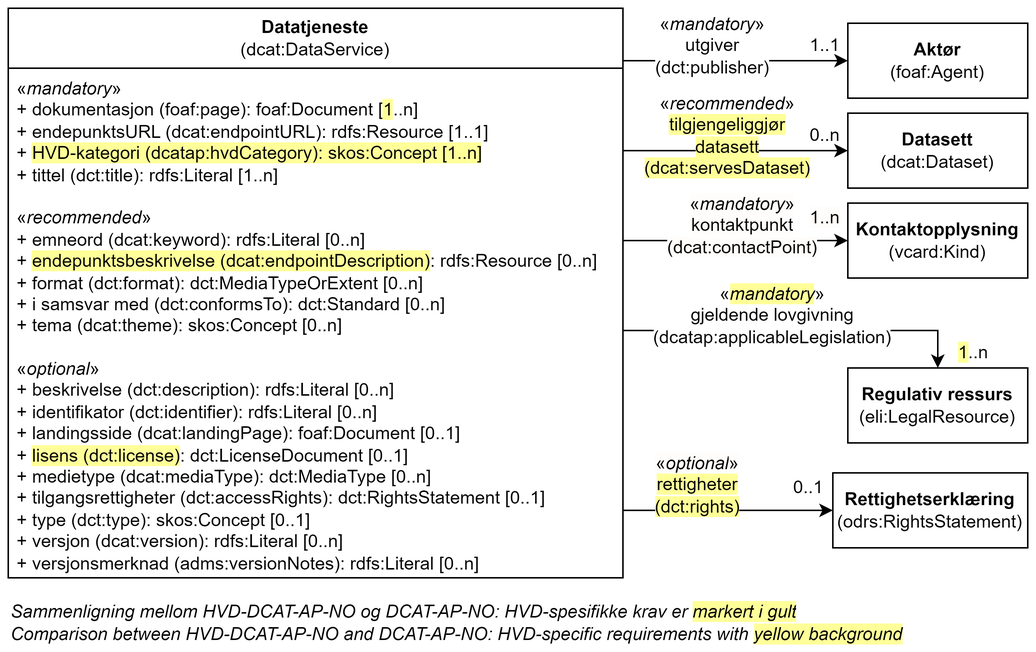
This is docs/images/Klassen-Datatjeneste.png from Informasjonsforvaltning/hvd-dcat-ap-no, a draw.io export, as it was before one commit. Source tidied: cells renumbered, new cells last; positions are measured from the earlier drawing's top-left corner, leaving out a move shared by most shapes.
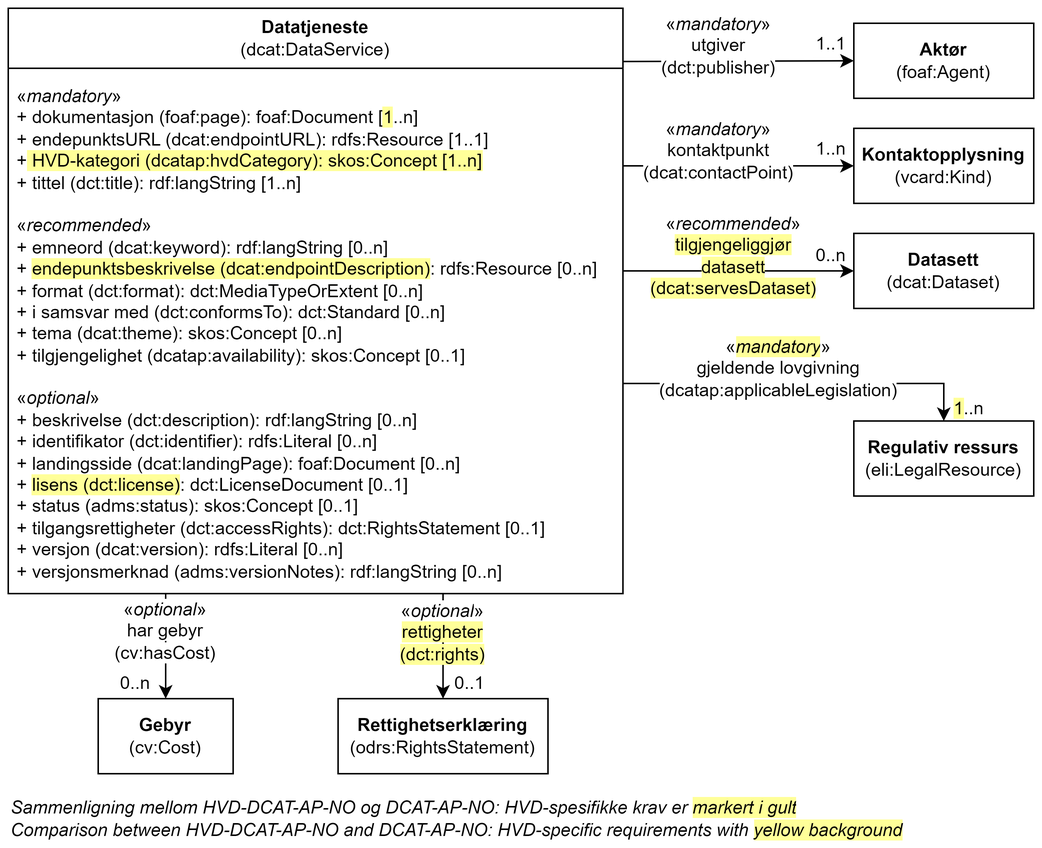
Later version of the same file.

Change to the diagram source:
```diff
@@ -4,27 +4,25 @@
     <mxCell id="1" parent="0" />
+    <mxCell id="6" style="endArrow=classic;html=1;rounded=0;entryX=0;entryY=0.5;entryDx=0;entryDy=0;exitX=0.997;exitY=0.091;exitDx=0;exitDy=0;exitPerimeter=0;" parent="1" edge="1" source="2" target="4">
+      <mxGeometry relative="1" as="geometry" />
+    </mxCell>
     <mxCell id="2" value="Datatjeneste&lt;br&gt;&lt;span style=&quot;font-weight: normal;&quot;&gt;(dcat:DataService)&lt;/span&gt;" style="swimlane;whiteSpace=wrap;html=1;startSize=40;" parent="1" vertex="1">
-      <mxGeometry width="410" height="380" as="geometry" />
+      <mxGeometry x="50" y="10" width="410" height="390" as="geometry" />
     </mxCell>
-    <mxCell id="3" value="«&lt;i style=&quot;&quot;&gt;mandatory&lt;/i&gt;»&lt;br&gt;&lt;div&gt;+&amp;nbsp;&lt;span style=&quot;border-color: var(--border-color);&quot;&gt;dokumentasjon (foaf:page): foaf:Document [&lt;span style=&quot;background-color: rgb(255, 255, 153);&quot;&gt;1&lt;/span&gt;..n]&lt;/span&gt;&lt;br&gt;&lt;/div&gt;&lt;div&gt;+ endepunktsURL (dcat:endpointURL): rdfs:Resource [1..1]&lt;/div&gt;&lt;div&gt;+&amp;nbsp;&lt;span style=&quot;background-color: rgb(255, 255, 153);&quot;&gt;HVD-kategori (dcatap:hvdCategory): skos:Concept [1..n]&lt;/span&gt;&lt;br&gt;&lt;/div&gt;&lt;div&gt;&lt;span style=&quot;background-color: initial;&quot;&gt;+ tittel (dct:title): rdfs:Literal [1..n]&lt;/span&gt;&lt;br&gt;&lt;/div&gt;&lt;div&gt;&lt;br&gt;&lt;/div&gt;&lt;div&gt;&lt;div style=&quot;border-color: var(--border-color);&quot;&gt;«&lt;i style=&quot;border-color: var(--border-color);&quot;&gt;recommended&lt;/i&gt;»&lt;/div&gt;&lt;div style=&quot;border-color: var(--border-color);&quot;&gt;&lt;span style=&quot;background-color: initial;&quot;&gt;+ emneord (dcat:keyword): rdfs:Literal [0..n]&lt;/span&gt;&lt;br&gt;&lt;/div&gt;&lt;div style=&quot;border-color: var(--border-color);&quot;&gt;+ &lt;span style=&quot;background-color: rgb(255, 255, 153);&quot;&gt;endepunktsbeskrivelse (dcat:endpointDescription)&lt;/span&gt;: rdfs:Resource [0..n]&lt;/div&gt;&lt;div style=&quot;border-color: var(--border-color);&quot;&gt;+ format (dct:format): dct:MediaTypeOrExtent [0..n]&lt;/div&gt;&lt;div style=&quot;border-color: var(--border-color);&quot;&gt;&lt;span style=&quot;background-color: initial;&quot;&gt;+ i samsvar med (dct:conformsTo): dct:Standard [0..n]&lt;/span&gt;&lt;br&gt;&lt;/div&gt;&lt;/div&gt;&lt;div style=&quot;border-color: var(--border-color);&quot;&gt;+ tema (dcat:theme): skos:Concept [0..n]&lt;br&gt;&lt;/div&gt;&lt;div style=&quot;border-color: var(--border-color);&quot;&gt;&lt;br&gt;&lt;/div&gt;&lt;div style=&quot;border-color: var(--border-color);&quot;&gt;&lt;div style=&quot;border-color: var(--border-color);&quot;&gt;«&lt;i style=&quot;border-color: var(--border-color);&quot;&gt;optional&lt;/i&gt;»&lt;/div&gt;&lt;div style=&quot;border-color: var(--border-color);&quot;&gt;+ beskrivelse (dct:description): rdfs:Literal [0..n]&lt;/div&gt;&lt;div&gt;+ identifikator (dct:identifier): rdfs:Literal [0..n]&lt;/div&gt;&lt;div style=&quot;border-color: var(--border-color);&quot;&gt;&lt;span style=&quot;background-color: initial;&quot;&gt;+ landingsside (dcat:landingPage): foaf:Document [0..1]&lt;/span&gt;&lt;br&gt;&lt;/div&gt;&lt;div style=&quot;border-color: var(--border-color);&quot;&gt;+ &lt;span style=&quot;background-color: rgb(255, 255, 153);&quot;&gt;lisens (dct:license)&lt;/span&gt;: dct:LicenseDocument [0..1]&lt;/div&gt;&lt;div style=&quot;border-color: var(--border-color);&quot;&gt;&lt;span style=&quot;border-color: var(--border-color);&quot;&gt;+&lt;span style=&quot;border-color: var(--border-color);&quot;&gt;&amp;nbsp;medietype (dcat:mediaType): dct:MediaType [0..n]&lt;/span&gt;&lt;/span&gt;&lt;/div&gt;&lt;div style=&quot;border-color: var(--border-color);&quot;&gt;+ tilgangsrettigheter (dct:accessRights): dct:RightsStatement [0..1]&lt;/div&gt;&lt;div style=&quot;border-color: var(--border-color);&quot;&gt;&lt;span style=&quot;border-color: var(--border-color);&quot;&gt;+&amp;nbsp;&lt;span style=&quot;border-color: var(--border-color);&quot;&gt;type (dct:type): skos:Concept [0..1]&lt;/span&gt;&lt;/span&gt;&lt;/div&gt;&lt;div style=&quot;border-color: var(--border-color);&quot;&gt;+ versjon (dcat:version): rdfs:Literal [0..n]&lt;br style=&quot;border-color: var(--border-color);&quot;&gt;+ versjonsmerknad (adms:versionNotes): rdfs:Literal [0..n]&lt;br&gt;&lt;/div&gt;&lt;/div&gt;" style="text;strokeColor=none;fillColor=none;align=left;verticalAlign=top;spacingLeft=4;spacingRight=4;overflow=hidden;whiteSpace=wrap;html=1;fontStyle=0;" parent="2" vertex="1">
-      <mxGeometry y="40" width="400" height="340" as="geometry" />
+    <mxCell id="3" value="«&lt;i style=&quot;&quot;&gt;mandatory&lt;/i&gt;»&lt;br&gt;&lt;div style=&quot;border-color: var(--border-color);&quot;&gt;+&amp;nbsp;&lt;span style=&quot;border-color: var(--border-color);&quot;&gt;dokumentasjon (foaf:page): foaf:Document [&lt;span style=&quot;background-color: rgb(255, 255, 153);&quot;&gt;1&lt;/span&gt;..n]&lt;/span&gt;&lt;br&gt;&lt;/div&gt;&lt;div&gt;+ endepunktsURL (dcat:endpointURL): rdfs:Resource [1..1]&lt;/div&gt;&lt;div&gt;+&lt;span style=&quot;background-color: rgb(255, 255, 153);&quot;&gt;&amp;nbsp;HVD-kategori (dcatap:hvdCategory): skos:Concept [1..n]&lt;/span&gt;&lt;br&gt;&lt;/div&gt;&lt;div&gt;+ tittel (dct:title): rdf:langString [1..n]&lt;br&gt;&lt;/div&gt;&lt;div&gt;&lt;br&gt;&lt;/div&gt;&lt;div&gt;&lt;div style=&quot;border-color: var(--border-color);&quot;&gt;«&lt;i style=&quot;border-color: var(--border-color);&quot;&gt;recommended&lt;/i&gt;»&lt;/div&gt;&lt;div style=&quot;border-color: var(--border-color);&quot;&gt;+ emneord (dcat:keyword):&amp;nbsp;rdf:langString&amp;nbsp;[0..n]&lt;br&gt;&lt;/div&gt;&lt;div style=&quot;border-color: var(--border-color);&quot;&gt;+ &lt;span style=&quot;background-color: rgb(255, 255, 153);&quot;&gt;endepunktsbeskrivelse (dcat:endpointDescription)&lt;/span&gt;: rdfs:Resource [0..n]&lt;/div&gt;&lt;div style=&quot;border-color: var(--border-color);&quot;&gt;+ format (dct:format): dct:MediaTypeOrExtent [0..n]&lt;/div&gt;&lt;div style=&quot;border-color: var(--border-color);&quot;&gt;+ i samsvar med (dct:conformsTo): dct:Standard [0..n]&lt;br&gt;&lt;/div&gt;&lt;/div&gt;&lt;div style=&quot;border-color: var(--border-color);&quot;&gt;+ tema (dcat:theme): skos:Concept [0..n]&lt;br&gt;&lt;/div&gt;&lt;div style=&quot;border-color: var(--border-color);&quot;&gt;+ tilgjengelighet (dcatap:availability): skos:Concept [0..1]&lt;br&gt;&lt;/div&gt;&lt;div style=&quot;border-color: var(--border-color);&quot;&gt;&lt;br&gt;&lt;/div&gt;&lt;div style=&quot;border-color: var(--border-color);&quot;&gt;&lt;div style=&quot;border-color: var(--border-color);&quot;&gt;«&lt;i style=&quot;border-color: var(--border-color);&quot;&gt;optional&lt;/i&gt;»&lt;/div&gt;&lt;div style=&quot;border-color: var(--border-color);&quot;&gt;+ beskrivelse (dct:description):&amp;nbsp;rdf:langString&amp;nbsp;[0..n]&lt;/div&gt;&lt;div style=&quot;border-color: var(--border-color);&quot;&gt;&lt;span style=&quot;background-color: initial;&quot;&gt;+ identifikator (dct:identifier): rdfs:Literal [0..n]&lt;/span&gt;&lt;br&gt;&lt;/div&gt;&lt;div style=&quot;border-color: var(--border-color);&quot;&gt;+ landingsside (dcat:landingPage): foaf:Document [0..n]&lt;br&gt;&lt;/div&gt;&lt;div style=&quot;border-color: var(--border-color);&quot;&gt;+ &lt;span style=&quot;background-color: rgb(255, 255, 153);&quot;&gt;lisens (dct:license)&lt;/span&gt;: dct:LicenseDocument [0..1]&lt;/div&gt;&lt;div style=&quot;border-color: var(--border-color);&quot;&gt;+ status (adms:status): skos:Concept [0..1]&lt;/div&gt;&lt;div style=&quot;border-color: var(--border-color);&quot;&gt;+ tilgangsrettigheter (dct:accessRights): dct:RightsStatement [0..1]&lt;/div&gt;&lt;div style=&quot;border-color: var(--border-color);&quot;&gt;+ versjon (dcat:version): rdfs:Literal [0..n]&lt;br style=&quot;border-color: var(--border-color);&quot;&gt;+ versjonsmerknad (adms:versionNotes):&amp;nbsp;rdf:langString&amp;nbsp;[0..n]&lt;br&gt;&lt;/div&gt;&lt;/div&gt;" style="text;strokeColor=none;fillColor=none;align=left;verticalAlign=top;spacingLeft=4;spacingRight=4;overflow=hidden;whiteSpace=wrap;html=1;fontStyle=0;" parent="2" vertex="1">
+      <mxGeometry y="45" width="410" height="345" as="geometry" />
     </mxCell>
     <mxCell id="4" value="&lt;b&gt;Aktør&lt;br&gt;&lt;/b&gt;(foaf:Agent)" style="rounded=0;whiteSpace=wrap;html=1;" parent="1" vertex="1">
-      <mxGeometry x="560" y="10" width="120" height="50" as="geometry" />
+      <mxGeometry x="614" y="20" width="120" height="50" as="geometry" />
     </mxCell>
     <mxCell id="5" value="&lt;b&gt;Datasett&lt;/b&gt;&lt;br&gt;(dcat:Dataset)" style="rounded=0;whiteSpace=wrap;html=1;" parent="1" vertex="1">
-      <mxGeometry x="560" y="70" width="120" height="50" as="geometry" />
+      <mxGeometry x="614" y="160" width="120" height="50" as="geometry" />
     </mxCell>
-    <mxCell id="6" style="endArrow=classic;html=1;rounded=0;entryX=0;entryY=0.5;entryDx=0;entryDy=0;" parent="1" edge="1" target="4">
-      <mxGeometry relative="1" as="geometry">
-        <mxPoint x="410" y="35" as="sourcePoint" />
-      </mxGeometry>
-    </mxCell>
-    <mxCell id="7" value="&lt;div&gt;&lt;span style=&quot;background-color: rgb(255, 255, 255);&quot;&gt;«&lt;i&gt;mandatory&lt;/i&gt;»&lt;/span&gt;&lt;/div&gt;&lt;div&gt;&lt;span style=&quot;background-color: rgb(255, 255, 255);&quot;&gt;utgiver (dct:publisher)&lt;/span&gt;&lt;/div&gt;" style="text;html=1;strokeColor=none;fillColor=none;align=center;verticalAlign=middle;whiteSpace=wrap;rounded=0;" parent="1" vertex="1">
-      <mxGeometry x="440" y="10" width="60" height="30" as="geometry" />
+    <mxCell id="7" value="&lt;div&gt;&lt;span style=&quot;background-color: rgb(255, 255, 255);&quot;&gt;«&lt;i style=&quot;&quot;&gt;mandatory&lt;/i&gt;»&lt;/span&gt;&lt;/div&gt;&lt;div&gt;&lt;span style=&quot;background-color: rgb(255, 255, 255);&quot;&gt;utgiver (dct:publisher)&lt;/span&gt;&lt;/div&gt;" style="text;html=1;strokeColor=none;fillColor=none;align=center;verticalAlign=middle;whiteSpace=wrap;rounded=0;" parent="1" vertex="1">
+      <mxGeometry x="494" y="20" width="60" height="30" as="geometry" />
     </mxCell>
-    <mxCell id="8" value="&lt;span style=&quot;background-color: rgb(255, 255, 255);&quot;&gt;1&lt;/span&gt;..1" style="text;html=1;strokeColor=none;fillColor=none;align=center;verticalAlign=middle;whiteSpace=wrap;rounded=0;" parent="1" vertex="1">
-      <mxGeometry x="530" y="15" width="30" height="20" as="geometry" />
+    <mxCell id="8" value="&lt;span style=&quot;background-color: rgb(255, 255, 255);&quot;&gt;1..1&lt;/span&gt;" style="text;html=1;strokeColor=none;fillColor=none;align=center;verticalAlign=middle;whiteSpace=wrap;rounded=0;" parent="1" vertex="1">
+      <mxGeometry x="584" y="24" width="30" height="20" as="geometry" />
     </mxCell>
     <mxCell id="9" value="0..n" style="text;html=1;strokeColor=none;fillColor=none;align=center;verticalAlign=middle;whiteSpace=wrap;rounded=0;" parent="1" vertex="1">
-      <mxGeometry x="530" y="75" width="30" height="20" as="geometry" />
+      <mxGeometry x="584" y="165" width="30" height="20" as="geometry" />
     </mxCell>
@@ -32,3 +30,3 @@
       <mxGeometry relative="1" as="geometry">
-        <mxPoint x="410" y="95" as="sourcePoint" />
+        <mxPoint x="460" y="185" as="sourcePoint" />
       </mxGeometry>
@@ -36,6 +34,6 @@
     <mxCell id="11" value="&lt;div&gt;&lt;span style=&quot;background-color: rgb(255, 255, 255);&quot;&gt;«&lt;i&gt;recommended&lt;/i&gt;»&lt;/span&gt;&lt;/div&gt;&lt;div&gt;&lt;span style=&quot;background-color: rgb(255, 255, 153);&quot;&gt;tilgjengeliggjør datasett (dcat:servesDataset)&lt;/span&gt;&lt;/div&gt;" style="text;html=1;strokeColor=none;fillColor=none;align=center;verticalAlign=middle;whiteSpace=wrap;rounded=0;" parent="1" vertex="1">
-      <mxGeometry x="450" y="70" width="60" height="30" as="geometry" />
+      <mxGeometry x="504" y="160" width="60" height="30" as="geometry" />
     </mxCell>
     <mxCell id="12" value="&lt;b&gt;Kontaktopplysning&lt;/b&gt;&lt;br&gt;(vcard:Kind)" style="html=1;whiteSpace=wrap;" parent="1" vertex="1">
-      <mxGeometry x="560" y="130" width="120" height="50" as="geometry" />
+      <mxGeometry x="614" y="90" width="120" height="50" as="geometry" />
     </mxCell>
@@ -43,16 +41,16 @@
       <mxGeometry relative="1" as="geometry">
-        <mxPoint x="410" y="155" as="sourcePoint" />
+        <mxPoint x="460" y="115" as="sourcePoint" />
       </mxGeometry>
     </mxCell>
-    <mxCell id="14" value="&lt;span style=&quot;background-color: rgb(254, 253, 251);&quot;&gt;«&lt;i style=&quot;border-color: var(--border-color); text-align: left;&quot;&gt;mandatory&lt;/i&gt;&lt;span style=&quot;text-align: left;&quot;&gt;»&lt;br&gt;&lt;/span&gt;kontaktpunkt&lt;br&gt;(dcat:contactPoint)&lt;/span&gt;" style="text;html=1;strokeColor=none;fillColor=none;align=center;verticalAlign=middle;whiteSpace=wrap;rounded=0;" parent="1" vertex="1">
-      <mxGeometry x="460" y="130" width="60" height="30" as="geometry" />
+    <mxCell id="14" value="&lt;span style=&quot;background-color: rgb(255, 255, 255);&quot;&gt;«&lt;i style=&quot;border-color: var(--border-color); text-align: left;&quot;&gt;mandatory&lt;/i&gt;&lt;span style=&quot;text-align: left;&quot;&gt;»&lt;br&gt;&lt;/span&gt;kontaktpunkt&lt;br&gt;(dcat:contactPoint)&lt;/span&gt;" style="text;html=1;strokeColor=none;fillColor=none;align=center;verticalAlign=middle;whiteSpace=wrap;rounded=0;" parent="1" vertex="1">
+      <mxGeometry x="494" y="90" width="60" height="30" as="geometry" />
     </mxCell>
-    <mxCell id="15" value="&lt;span style=&quot;background-color: rgb(254, 253, 251);&quot;&gt;1..n&lt;/span&gt;" style="text;html=1;strokeColor=none;fillColor=none;align=center;verticalAlign=middle;whiteSpace=wrap;rounded=0;" parent="1" vertex="1">
-      <mxGeometry x="530" y="130" width="30" height="20" as="geometry" />
+    <mxCell id="15" value="&lt;span style=&quot;background-color: rgb(255, 255, 255);&quot;&gt;1..n&lt;/span&gt;" style="text;html=1;strokeColor=none;fillColor=none;align=center;verticalAlign=middle;whiteSpace=wrap;rounded=0;" parent="1" vertex="1">
+      <mxGeometry x="584" y="94" width="30" height="20" as="geometry" />
     </mxCell>
     <mxCell id="16" value="&lt;b&gt;Regulativ ressurs&lt;/b&gt;&lt;br&gt;(eli:LegalResource)" style="html=1;whiteSpace=wrap;" parent="1" vertex="1">
-      <mxGeometry x="560" y="240" width="120" height="50" as="geometry" />
+      <mxGeometry x="614" y="285" width="120" height="50" as="geometry" />
     </mxCell>
     <mxCell id="17" value="&lt;span style=&quot;background-color: rgb(255, 255, 153);&quot;&gt;1&lt;/span&gt;..n" style="text;html=1;strokeColor=none;fillColor=none;align=center;verticalAlign=middle;whiteSpace=wrap;rounded=0;" parent="1" vertex="1">
-      <mxGeometry x="630" y="220" width="28" height="20" as="geometry" />
+      <mxGeometry x="677" y="267" width="28" height="20" as="geometry" />
     </mxCell>
@@ -60,5 +58,5 @@
       <mxGeometry relative="1" as="geometry">
-        <mxPoint x="410" y="215" as="sourcePoint" />
+        <mxPoint x="460" y="260" as="sourcePoint" />
         <Array as="points">
-          <mxPoint x="620" y="215" />
+          <mxPoint x="674" y="260" />
         </Array>
@@ -66,21 +64,35 @@
     </mxCell>
-    <mxCell id="19" value="«&lt;i style=&quot;background-color: rgb(255, 255, 153);&quot;&gt;mandatory&lt;/i&gt;»&lt;br&gt;&lt;span style=&quot;background-color: rgb(255, 255, 255);&quot;&gt;gjeldende lovgivning&lt;br&gt;(dcatap:applicableLegislation)&lt;/span&gt;" style="text;html=1;align=center;verticalAlign=middle;whiteSpace=wrap;rounded=0;" parent="1" vertex="1">
-      <mxGeometry x="480" y="190" width="60" height="30" as="geometry" />
+    <mxCell id="19" value="&lt;span style=&quot;background-color: rgb(255, 255, 255);&quot;&gt;«&lt;/span&gt;&lt;i style=&quot;background-color: rgb(255, 255, 153);&quot;&gt;mandatory&lt;/i&gt;&lt;span style=&quot;background-color: rgb(255, 255, 255);&quot;&gt;»&lt;/span&gt;&lt;br&gt;&lt;span style=&quot;background-color: rgb(255, 255, 255);&quot;&gt;gjeldende lovgivning&lt;/span&gt;&lt;br&gt;&lt;span style=&quot;background-color: rgb(255, 255, 255);&quot;&gt;(dcatap:applicableLegislation)&lt;/span&gt;" style="text;html=1;align=center;verticalAlign=middle;whiteSpace=wrap;rounded=0;" parent="1" vertex="1">
+      <mxGeometry x="534" y="235" width="60" height="30" as="geometry" />
     </mxCell>
-    <mxCell id="20" value="&lt;b&gt;Rettighetserklæring&lt;/b&gt;&lt;br&gt;(odrs:RightsStatement)" style="html=1;whiteSpace=wrap;" parent="1" vertex="1">
-      <mxGeometry x="550" y="310" width="130" height="50" as="geometry" />
+    <mxCell id="20" value="&lt;b style=&quot;&quot;&gt;Rettighetserklæring&lt;/b&gt;&lt;br&gt;(odrs:RightsStatement)" style="html=1;whiteSpace=wrap;" parent="1" vertex="1">
+      <mxGeometry x="270" y="470" width="140" height="50" as="geometry" />
     </mxCell>
-    <mxCell id="21" style="endArrow=classic;html=1;rounded=0;entryX=0;entryY=0.5;entryDx=0;entryDy=0;" parent="1" edge="1" target="20">
-      <mxGeometry relative="1" as="geometry">
-        <mxPoint x="410" y="335" as="sourcePoint" />
-      </mxGeometry>
-    </mxCell>
+    <mxCell id="25" style="endArrow=classic;html=1;rounded=0;" parent="1" edge="1" target="20">
+      <mxGeometry relative="1" as="geometry">
+        <mxPoint x="340" y="400" as="sourcePoint" />
+      </mxGeometry>
+    </mxCell>
-    <mxCell id="22" value="&lt;span style=&quot;background-color: rgb(254, 253, 251);&quot;&gt;«&lt;/span&gt;&lt;i style=&quot;background-color: rgb(254, 253, 251);&quot;&gt;optional&lt;/i&gt;&lt;span style=&quot;background-color: rgb(254, 253, 251);&quot;&gt;»&lt;/span&gt;&lt;br&gt;&lt;span style=&quot;color: rgb(0, 0, 0); font-family: Helvetica; font-size: 12px; font-style: normal; font-variant-ligatures: normal; font-variant-caps: normal; font-weight: 400; letter-spacing: normal; orphans: 2; text-align: left; text-indent: 0px; text-transform: none; widows: 2; word-spacing: 0px; -webkit-text-stroke-width: 0px; white-space: normal; text-decoration-thickness: initial; text-decoration-style: initial; text-decoration-color: initial; float: none; display: inline !important; background-color: rgb(255, 255, 153);&quot;&gt;rettigheter (dct:rights)&lt;/span&gt;&lt;div&gt;&lt;br&gt;&lt;/div&gt;" style="text;html=1;align=center;verticalAlign=middle;whiteSpace=wrap;rounded=0;" parent="1" vertex="1">
-      <mxGeometry x="430" y="310" width="60" height="30" as="geometry" />
+    <mxCell id="22" value="&lt;span style=&quot;background-color: rgb(255, 255, 255);&quot;&gt;«&lt;/span&gt;&lt;i style=&quot;background-color: rgb(255, 255, 255);&quot;&gt;optional&lt;/i&gt;&lt;span style=&quot;background-color: rgb(255, 255, 255);&quot;&gt;»&lt;/span&gt;&lt;br&gt;&lt;span style=&quot;color: rgb(0, 0, 0); font-family: Helvetica; font-size: 12px; font-style: normal; font-variant-ligatures: normal; font-variant-caps: normal; font-weight: 400; letter-spacing: normal; orphans: 2; text-align: left; text-indent: 0px; text-transform: none; widows: 2; word-spacing: 0px; -webkit-text-stroke-width: 0px; white-space: normal; text-decoration-thickness: initial; text-decoration-style: initial; text-decoration-color: initial; float: none; display: inline !important; background-color: rgb(255, 255, 153);&quot;&gt;rettigheter (dct:rights)&lt;/span&gt;&lt;div&gt;&lt;br&gt;&lt;/div&gt;" style="text;html=1;align=center;verticalAlign=middle;whiteSpace=wrap;rounded=0;" parent="1" vertex="1">
+      <mxGeometry x="310" y="418" width="60" height="30" as="geometry" />
     </mxCell>
-    <mxCell id="23" value="0..1" style="text;html=1;strokeColor=none;fillColor=none;align=center;verticalAlign=middle;whiteSpace=wrap;rounded=0;" parent="1" vertex="1">
-      <mxGeometry x="520" y="310" width="28" height="20" as="geometry" />
+    <mxCell id="23" value="&lt;span style=&quot;background-color: rgb(255, 255, 255);&quot;&gt;0..1&lt;/span&gt;" style="text;html=1;strokeColor=none;fillColor=none;align=center;verticalAlign=middle;whiteSpace=wrap;rounded=0;" parent="1" vertex="1">
+      <mxGeometry x="342" y="450" width="32" height="20" as="geometry" />
     </mxCell>
+    <mxCell id="26" value="&lt;b style=&quot;&quot;&gt;Gebyr&lt;/b&gt;&lt;br&gt;(cv:Cost)" style="html=1;whiteSpace=wrap;labelBackgroundColor=none;fillColor=#FFFFFF;" parent="1" vertex="1">
+      <mxGeometry x="110" y="470" width="90" height="50" as="geometry" />
+    </mxCell>
+    <mxCell id="27" style="endArrow=classic;html=1;rounded=0;entryX=0.5;entryY=0;entryDx=0;entryDy=0;" parent="1" edge="1" target="26">
+      <mxGeometry relative="1" as="geometry">
+        <mxPoint x="155" y="400" as="sourcePoint" />
+      </mxGeometry>
+    </mxCell>
+    <mxCell id="28" value="&lt;span style=&quot;background-color: rgb(255, 255, 255);&quot;&gt;«&lt;i style=&quot;border-color: var(--border-color);&quot;&gt;optional&lt;/i&gt;»&lt;br&gt;har gebyr&lt;br&gt;(cv:hasCost)&lt;/span&gt;" style="text;html=1;strokeColor=none;fillColor=none;align=center;verticalAlign=middle;whiteSpace=wrap;rounded=0;" parent="1" vertex="1">
+      <mxGeometry x="125" y="410" width="60" height="30" as="geometry" />
+    </mxCell>
+    <mxCell id="29" value="0..n" style="text;html=1;strokeColor=none;fillColor=none;align=center;verticalAlign=middle;whiteSpace=wrap;rounded=0;" parent="1" vertex="1">
+      <mxGeometry x="120" y="450" width="30" height="20" as="geometry" />
+    </mxCell>
     <mxCell id="24" value="Sammenligning mellom HVD-DCAT-AP-NO og DCAT-AP-NO: HVD-spesifikke krav er&amp;nbsp;&lt;span style=&quot;background-color: rgb(255, 255, 153);&quot;&gt;markert i gult&lt;/span&gt;&lt;span style=&quot;background-color: rgb(255 , 255 , 255)&quot;&gt;&amp;nbsp;&lt;/span&gt;&lt;div&gt;&lt;span style=&quot;background-color: rgb(255 , 255 , 255)&quot;&gt;Comparison between HVD-DCAT-AP-NO and DCAT-AP-NO: HVD-specific requirements with &lt;/span&gt;&lt;span style=&quot;background-color: rgb(255, 255, 153);&quot;&gt;yellow background&lt;/span&gt;&lt;/div&gt;" style="text;html=1;strokeColor=none;fillColor=none;align=left;verticalAlign=middle;whiteSpace=wrap;rounded=0;fontStyle=2;" parent="1" vertex="1">
-      <mxGeometry y="400" width="670" height="20" as="geometry" />
+      <mxGeometry x="50" y="540" width="600" height="20" as="geometry" />
     </mxCell>
```
